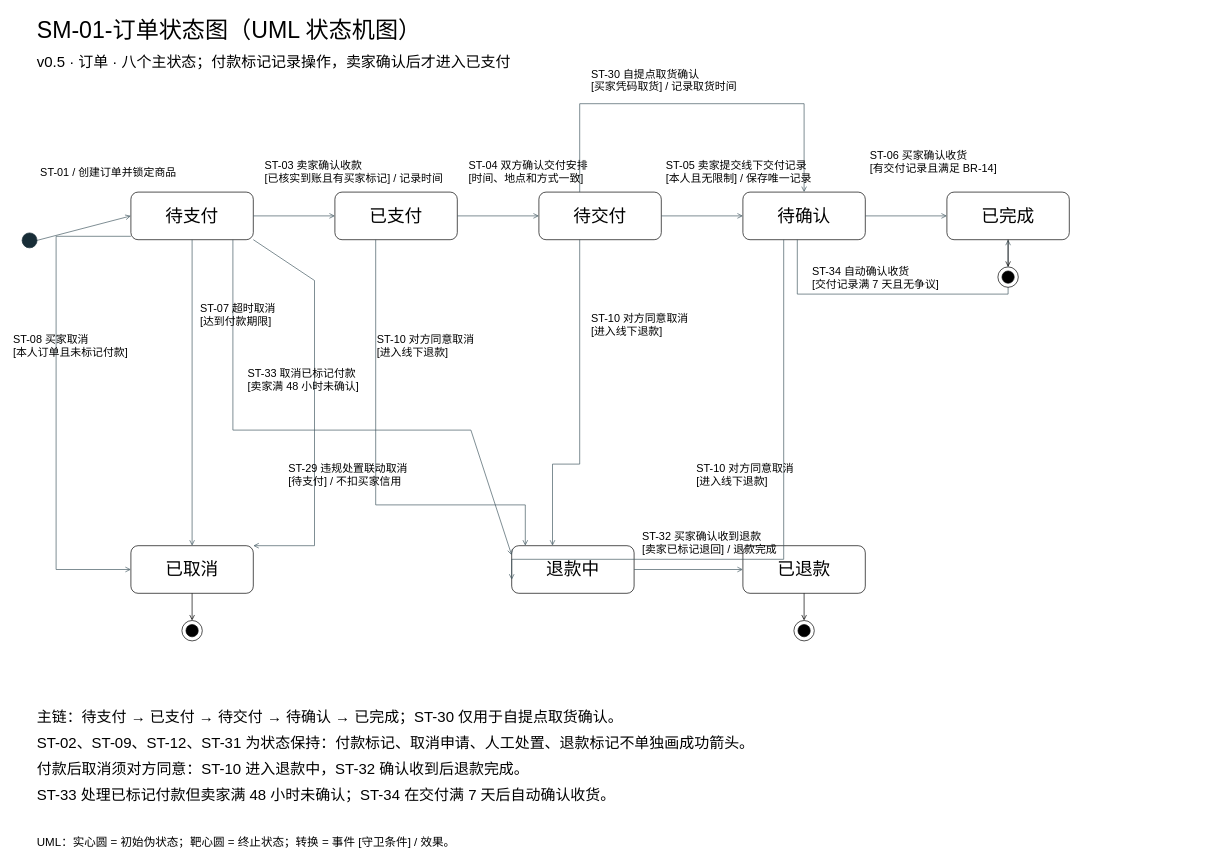
Earlier version of the draw.io diagram 规则与状态/SM-01-订单状态图.drawio (Elusive-phantasm/Software-Engineering). Source tidied: cells renumbered, new cells numbered last; positions are measured from the earlier drawing's top-left corner, leaving out a move shared by most shapes. Both pictures are drawn from the tidied source at 68%, with x=0, y=0 at pixel (12, 12).
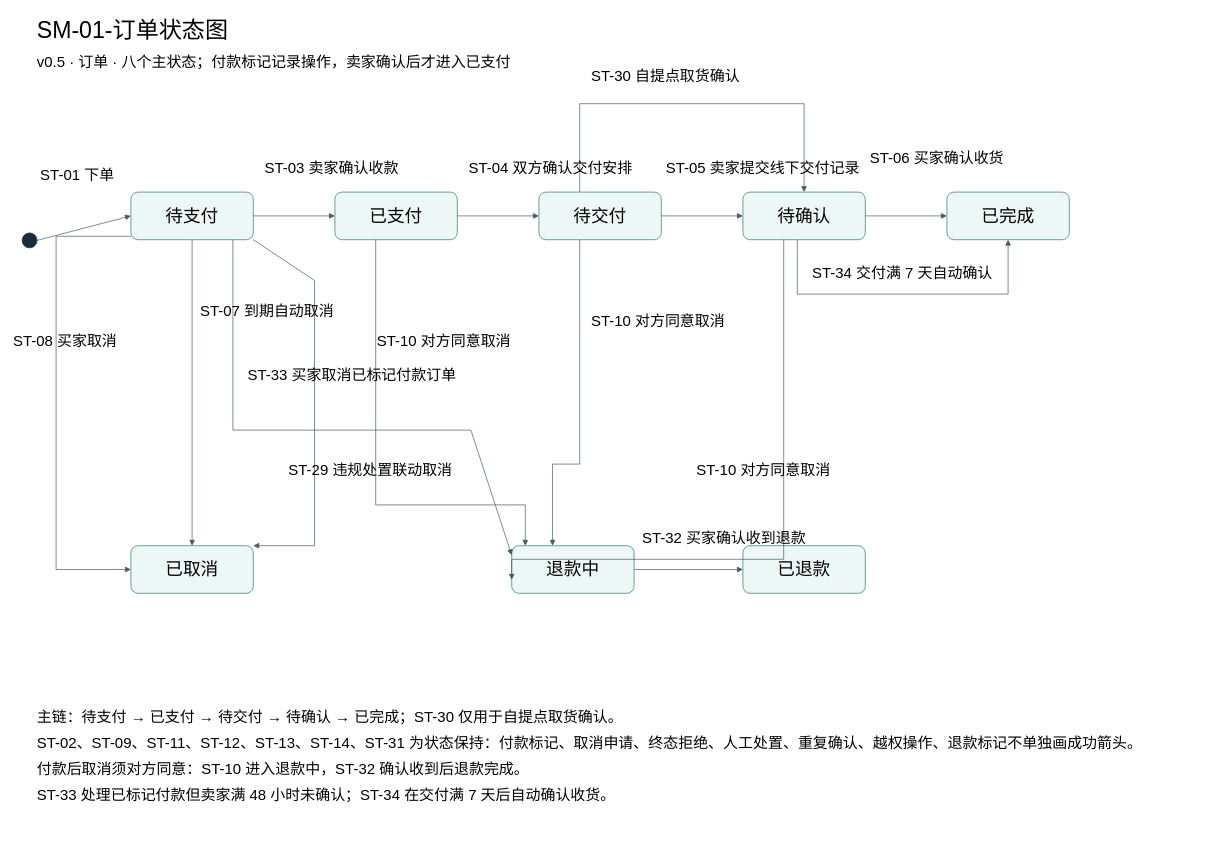
After the change.

The change refers to these unchanged cells:
```xml
<mxCell id="4" style="ellipse;fillColor=#182d37;strokeColor=#182d37;" parent="1" vertex="1">
  <mxGeometry x="15" y="325" width="22" height="22" as="geometry" />
</mxCell>
```

Change to the diagram source:
```diff
@@
-    <mxCell id="2" value="SM-01-订单状态图（UML 状态机图）" style="text;html=0;align=left;verticalAlign=top;whiteSpace=wrap;fontSize=34;fontFamily=Microsoft YaHei;" parent="1" vertex="1">
+    <mxCell id="2" value="SM-01-订单状态图" style="text;html=0;align=left;verticalAlign=top;whiteSpace=wrap;fontSize=34;fontFamily=Microsoft YaHei;" parent="1" vertex="1">
       <mxGeometry x="35" width="1680" height="50" as="geometry" />
     </mxCell>
@@
-    <mxCell id="5" value="待支付" style="rounded=1;arcSize=15;whiteSpace=wrap;html=0;fillColor=#ffffff;strokeColor=#000000;fontSize=26;fontFamily=Microsoft YaHei;" parent="1" vertex="1">
+    <mxCell id="5" value="待支付" style="rounded=1;arcSize=15;whiteSpace=wrap;html=0;fillColor=#edf7f5;strokeColor=#28776b;fontSize=26;fontFamily=Microsoft YaHei;" parent="1" vertex="1">
       <mxGeometry x="175" y="265" width="180" height="70" as="geometry" />
     </mxCell>
-    <mxCell id="6" value="已支付" style="rounded=1;arcSize=15;whiteSpace=wrap;html=0;fillColor=#ffffff;strokeColor=#000000;fontSize=26;fontFamily=Microsoft YaHei;" parent="1" vertex="1">
+    <mxCell id="6" value="已支付" style="rounded=1;arcSize=15;whiteSpace=wrap;html=0;fillColor=#edf7f5;strokeColor=#28776b;fontSize=26;fontFamily=Microsoft YaHei;" parent="1" vertex="1">
       <mxGeometry x="475" y="265" width="180" height="70" as="geometry" />
     </mxCell>
-    <mxCell id="7" value="待交付" style="rounded=1;arcSize=15;whiteSpace=wrap;html=0;fillColor=#ffffff;strokeColor=#000000;fontSize=26;fontFamily=Microsoft YaHei;" parent="1" vertex="1">
+    <mxCell id="7" value="待交付" style="rounded=1;arcSize=15;whiteSpace=wrap;html=0;fillColor=#edf7f5;strokeColor=#28776b;fontSize=26;fontFamily=Microsoft YaHei;" parent="1" vertex="1">
       <mxGeometry x="775" y="265" width="180" height="70" as="geometry" />
     </mxCell>
-    <mxCell id="8" value="待确认" style="rounded=1;arcSize=15;whiteSpace=wrap;html=0;fillColor=#ffffff;strokeColor=#000000;fontSize=26;fontFamily=Microsoft YaHei;" parent="1" vertex="1">
+    <mxCell id="8" value="待确认" style="rounded=1;arcSize=15;whiteSpace=wrap;html=0;fillColor=#edf7f5;strokeColor=#28776b;fontSize=26;fontFamily=Microsoft YaHei;" parent="1" vertex="1">
       <mxGeometry x="1075" y="265" width="180" height="70" as="geometry" />
     </mxCell>
-    <mxCell id="9" value="已完成" style="rounded=1;arcSize=15;whiteSpace=wrap;html=0;fillColor=#ffffff;strokeColor=#000000;fontSize=26;fontFamily=Microsoft YaHei;" parent="1" vertex="1">
+    <mxCell id="9" value="已完成" style="rounded=1;arcSize=15;whiteSpace=wrap;html=0;fillColor=#edf7f5;strokeColor=#28776b;fontSize=26;fontFamily=Microsoft YaHei;" parent="1" vertex="1">
       <mxGeometry x="1375" y="265" width="180" height="70" as="geometry" />
     </mxCell>
-    <mxCell id="10" value="已取消" style="rounded=1;arcSize=15;whiteSpace=wrap;html=0;fillColor=#ffffff;strokeColor=#000000;fontSize=26;fontFamily=Microsoft YaHei;" parent="1" vertex="1">
+    <mxCell id="10" value="已取消" style="rounded=1;arcSize=15;whiteSpace=wrap;html=0;fillColor=#edf7f5;strokeColor=#28776b;fontSize=26;fontFamily=Microsoft YaHei;" parent="1" vertex="1">
       <mxGeometry x="175" y="785" width="180" height="70" as="geometry" />
     </mxCell>
-    <mxCell id="11" value="退款中" style="rounded=1;arcSize=15;whiteSpace=wrap;html=0;fillColor=#ffffff;strokeColor=#000000;fontSize=26;fontFamily=Microsoft YaHei;" parent="1" vertex="1">
+    <mxCell id="11" value="退款中" style="rounded=1;arcSize=15;whiteSpace=wrap;html=0;fillColor=#edf7f5;strokeColor=#28776b;fontSize=26;fontFamily=Microsoft YaHei;" parent="1" vertex="1">
       <mxGeometry x="735" y="785" width="180" height="70" as="geometry" />
     </mxCell>
-    <mxCell id="12" value="已退款" style="rounded=1;arcSize=15;whiteSpace=wrap;html=0;fillColor=#ffffff;strokeColor=#000000;fontSize=26;fontFamily=Microsoft YaHei;" parent="1" vertex="1">
+    <mxCell id="12" value="已退款" style="rounded=1;arcSize=15;whiteSpace=wrap;html=0;fillColor=#edf7f5;strokeColor=#28776b;fontSize=26;fontFamily=Microsoft YaHei;" parent="1" vertex="1">
       <mxGeometry x="1075" y="785" width="180" height="70" as="geometry" />
     </mxCell>
-    <mxCell id="13" style="edgeStyle=none;rounded=0;endArrow=open;endFill=0;exitX=1.0;exitY=0.5;entryX=0.0;entryY=0.5;strokeColor=#435962;" parent="1" edge="1" source="4" target="5">
+    <mxCell id="13" style="edgeStyle=none;rounded=0;endArrow=block;exitX=1.0;exitY=0.5;entryX=0.0;entryY=0.5;strokeColor=#435962;" parent="1" edge="1" source="4" target="5">
       <mxGeometry relative="1" as="geometry" />
     </mxCell>
-    <mxCell id="14" style="edgeStyle=none;rounded=0;endArrow=open;endFill=0;exitX=1.0;exitY=0.5;entryX=0.0;entryY=0.5;strokeColor=#435962;" parent="1" edge="1" source="5" target="6">
+    <mxCell id="14" style="edgeStyle=none;rounded=0;endArrow=block;exitX=1.0;exitY=0.5;entryX=0.0;entryY=0.5;strokeColor=#435962;" parent="1" edge="1" source="5" target="6">
       <mxGeometry relative="1" as="geometry" />
     </mxCell>
-    <mxCell id="15" style="edgeStyle=none;rounded=0;endArrow=open;endFill=0;exitX=1.0;exitY=0.5;entryX=0.0;entryY=0.5;strokeColor=#435962;" parent="1" edge="1" source="6" target="7">
+    <mxCell id="15" style="edgeStyle=none;rounded=0;endArrow=block;exitX=1.0;exitY=0.5;entryX=0.0;entryY=0.5;strokeColor=#435962;" parent="1" edge="1" source="6" target="7">
       <mxGeometry relative="1" as="geometry" />
     </mxCell>
-    <mxCell id="16" style="edgeStyle=none;rounded=0;endArrow=open;endFill=0;exitX=1.0;exitY=0.5;entryX=0.0;entryY=0.5;strokeColor=#435962;" parent="1" edge="1" source="7" target="8">
+    <mxCell id="16" style="edgeStyle=none;rounded=0;endArrow=block;exitX=1.0;exitY=0.5;entryX=0.0;entryY=0.5;strokeColor=#435962;" parent="1" edge="1" source="7" target="8">
       <mxGeometry relative="1" as="geometry" />
     </mxCell>
-    <mxCell id="17" style="edgeStyle=none;rounded=0;endArrow=open;endFill=0;exitX=0.3333333333333333;exitY=0.0;entryX=0.5;entryY=0.0;strokeColor=#435962;" parent="1" edge="1" source="7" target="8">
+    <mxCell id="17" style="edgeStyle=none;rounded=0;endArrow=block;exitX=0.3333333333333333;exitY=0.0;entryX=0.5;entryY=0.0;strokeColor=#435962;" parent="1" edge="1" source="7" target="8">
       <mxGeometry relative="1" as="geometry">
         <Array as="points">
           <mxPoint x="835" y="135" />
           <mxPoint x="1165" y="135" />
         </Array>
       </mxGeometry>
     </mxCell>
-    <mxCell id="18" style="edgeStyle=none;rounded=0;endArrow=open;endFill=0;exitX=1.0;exitY=0.5;entryX=0.0;entryY=0.5;strokeColor=#435962;" parent="1" edge="1" source="8" target="9">
+    <mxCell id="18" style="edgeStyle=none;rounded=0;endArrow=block;exitX=1.0;exitY=0.5;entryX=0.0;entryY=0.5;strokeColor=#435962;" parent="1" edge="1" source="8" target="9">
       <mxGeometry relative="1" as="geometry" />
     </mxCell>
-    <mxCell id="19" style="edgeStyle=none;rounded=0;endArrow=open;endFill=0;exitX=0.4444444444444444;exitY=1.0;entryX=0.5;entryY=1.0;strokeColor=#435962;" parent="1" edge="1" source="8" target="9">
+    <mxCell id="19" style="edgeStyle=none;rounded=0;endArrow=block;exitX=0.4444444444444444;exitY=1.0;entryX=0.5;entryY=1.0;strokeColor=#435962;" parent="1" edge="1" source="8" target="9">
       <mxGeometry relative="1" as="geometry">
         <Array as="points">
           <mxPoint x="1155" y="415" />
           <mxPoint x="1465" y="415" />
         </Array>
       </mxGeometry>
     </mxCell>
-    <mxCell id="20" style="edgeStyle=none;rounded=0;endArrow=open;endFill=0;exitX=0.5;exitY=1.0;entryX=0.5;entryY=0.0;strokeColor=#435962;" parent="1" edge="1" source="5" target="10">
+    <mxCell id="20" style="edgeStyle=none;rounded=0;endArrow=block;exitX=0.5;exitY=1.0;entryX=0.5;entryY=0.0;strokeColor=#435962;" parent="1" edge="1" source="5" target="10">
       <mxGeometry relative="1" as="geometry" />
     </mxCell>
-    <mxCell id="21" style="edgeStyle=none;rounded=0;endArrow=open;endFill=0;exitX=0.0;exitY=0.9285714285714286;entryX=0.0;entryY=0.5;strokeColor=#435962;" parent="1" edge="1" source="5" target="10">
+    <mxCell id="21" style="edgeStyle=none;rounded=0;endArrow=block;exitX=0.0;exitY=0.9285714285714286;entryX=0.0;entryY=0.5;strokeColor=#435962;" parent="1" edge="1" source="5" target="10">
       <mxGeometry relative="1" as="geometry">
         <Array as="points">
           <mxPoint x="65" y="330" />
           <mxPoint x="65" y="820" />
         </Array>
       </mxGeometry>
     </mxCell>
-    <mxCell id="22" style="edgeStyle=none;rounded=0;endArrow=open;endFill=0;exitX=1.0;exitY=1.0;entryX=1.0;entryY=0.0;strokeColor=#435962;" parent="1" edge="1" source="5" target="10">
+    <mxCell id="22" style="edgeStyle=none;rounded=0;endArrow=block;exitX=1.0;exitY=1.0;entryX=1.0;entryY=0.0;strokeColor=#435962;" parent="1" edge="1" source="5" target="10">
       <mxGeometry relative="1" as="geometry">
         <Array as="points">
           <mxPoint x="445" y="395" />
           <mxPoint x="445" y="785" />
         </Array>
       </mxGeometry>
     </mxCell>
-    <mxCell id="23" style="edgeStyle=none;rounded=0;endArrow=open;endFill=0;exitX=0.8333333333333334;exitY=1.0;entryX=-0.3333333333333333;entryY=0.0;strokeColor=#435962;" parent="1" edge="1" source="5" target="11">
+    <mxCell id="23" style="edgeStyle=none;rounded=0;endArrow=block;exitX=0.8333333333333334;exitY=1.0;entryX=-0.3333333333333333;entryY=0.0;strokeColor=#435962;" parent="1" edge="1" source="5" target="11">
       <mxGeometry relative="1" as="geometry">
         <Array as="points">
           <mxPoint x="325" y="615" />
           <mxPoint x="675" y="615" />
         </Array>
       </mxGeometry>
     </mxCell>
-    <mxCell id="24" style="edgeStyle=none;rounded=0;endArrow=open;endFill=0;exitX=0.3333333333333333;exitY=1.0;entryX=0.1111111111111111;entryY=0.0;strokeColor=#435962;" parent="1" edge="1" source="6" target="11">
+    <mxCell id="24" style="edgeStyle=none;rounded=0;endArrow=block;exitX=0.3333333333333333;exitY=1.0;entryX=0.1111111111111111;entryY=0.0;strokeColor=#435962;" parent="1" edge="1" source="6" target="11">
       <mxGeometry relative="1" as="geometry">
         <Array as="points">
           <mxPoint x="535" y="725" />
           <mxPoint x="755" y="725" />
         </Array>
       </mxGeometry>
     </mxCell>
-    <mxCell id="25" style="edgeStyle=none;rounded=0;endArrow=open;endFill=0;exitX=0.3333333333333333;exitY=1.0;entryX=0.3333333333333333;entryY=0.0;strokeColor=#435962;" parent="1" edge="1" source="7" target="11">
+    <mxCell id="25" style="edgeStyle=none;rounded=0;endArrow=block;exitX=0.3333333333333333;exitY=1.0;entryX=0.3333333333333333;entryY=0.0;strokeColor=#435962;" parent="1" edge="1" source="7" target="11">
       <mxGeometry relative="1" as="geometry">
         <Array as="points">
           <mxPoint x="835" y="665" />
           <mxPoint x="795" y="665" />
         </Array>
       </mxGeometry>
     </mxCell>
-    <mxCell id="26" style="edgeStyle=none;rounded=0;endArrow=open;endFill=0;exitX=0.3333333333333333;exitY=1.0;entryX=0.0;entryY=0.7142857142857143;strokeColor=#435962;" parent="1" edge="1" source="8" target="11">
+    <mxCell id="26" style="edgeStyle=none;rounded=0;endArrow=block;exitX=0.3333333333333333;exitY=1.0;entryX=0.0;entryY=0.7142857142857143;strokeColor=#435962;" parent="1" edge="1" source="8" target="11">
       <mxGeometry relative="1" as="geometry">
         <Array as="points">
           <mxPoint x="1135" y="805" />
           <mxPoint x="735" y="805" />
         </Array>
       </mxGeometry>
     </mxCell>
-    <mxCell id="27" style="edgeStyle=none;rounded=0;endArrow=open;endFill=0;exitX=1.0;exitY=0.5;entryX=0.0;entryY=0.5;strokeColor=#435962;" parent="1" edge="1" source="11" target="12">
+    <mxCell id="27" style="edgeStyle=none;rounded=0;endArrow=block;exitX=1.0;exitY=0.5;entryX=0.0;entryY=0.5;strokeColor=#435962;" parent="1" edge="1" source="11" target="12">
       <mxGeometry relative="1" as="geometry" />
     </mxCell>
-    <mxCell id="28" value="ST-01 / 创建订单并锁定商品" style="text;html=0;align=left;verticalAlign=top;whiteSpace=wrap;fontSize=16;fontFamily=Microsoft YaHei;" parent="1" vertex="1">
-      <mxGeometry x="40" y="220" width="460" height="100" as="geometry" />
+    <mxCell id="28" value="ST-01 下单" style="text;html=0;align=left;verticalAlign=top;whiteSpace=wrap;fontSize=22;fontFamily=Microsoft YaHei;" parent="1" vertex="1">
+      <mxGeometry x="40" y="220" width="480" height="75" as="geometry" />
     </mxCell>
-    <mxCell id="29" value="ST-03 卖家确认收款&#10;[已核实到账且有买家标记] / 记录时间" style="text;html=0;align=left;verticalAlign=top;whiteSpace=wrap;fontSize=16;fontFamily=Microsoft YaHei;" parent="1" vertex="1">
-      <mxGeometry x="370" y="210" width="460" height="100" as="geometry" />
+    <mxCell id="29" value="ST-03 卖家确认收款" style="text;html=0;align=left;verticalAlign=top;whiteSpace=wrap;fontSize=22;fontFamily=Microsoft YaHei;" parent="1" vertex="1">
+      <mxGeometry x="370" y="210" width="480" height="75" as="geometry" />
     </mxCell>
-    <mxCell id="30" value="ST-04 双方确认交付安排&#10;[时间、地点和方式一致]" style="text;html=0;align=left;verticalAlign=top;whiteSpace=wrap;fontSize=16;fontFamily=Microsoft YaHei;" parent="1" vertex="1">
-      <mxGeometry x="670" y="210" width="460" height="100" as="geometry" />
+    <mxCell id="30" value="ST-04 双方确认交付安排" style="text;html=0;align=left;verticalAlign=top;whiteSpace=wrap;fontSize=22;fontFamily=Microsoft YaHei;" parent="1" vertex="1">
+      <mxGeometry x="670" y="210" width="480" height="75" as="geometry" />
     </mxCell>
-    <mxCell id="31" value="ST-05 卖家提交线下交付记录&#10;[本人且无限制] / 保存唯一记录" style="text;html=0;align=left;verticalAlign=top;whiteSpace=wrap;fontSize=16;fontFamily=Microsoft YaHei;" parent="1" vertex="1">
-      <mxGeometry x="960" y="210" width="460" height="100" as="geometry" />
+    <mxCell id="31" value="ST-05 卖家提交线下交付记录" style="text;html=0;align=left;verticalAlign=top;whiteSpace=wrap;fontSize=22;fontFamily=Microsoft YaHei;" parent="1" vertex="1">
+      <mxGeometry x="960" y="210" width="480" height="75" as="geometry" />
     </mxCell>
-    <mxCell id="32" value="ST-30 自提点取货确认&#10;[买家凭码取货] / 记录取货时间" style="text;html=0;align=left;verticalAlign=top;whiteSpace=wrap;fontSize=16;fontFamily=Microsoft YaHei;" parent="1" vertex="1">
-      <mxGeometry x="850" y="75" width="460" height="100" as="geometry" />
+    <mxCell id="32" value="ST-30 自提点取货确认" style="text;html=0;align=left;verticalAlign=top;whiteSpace=wrap;fontSize=22;fontFamily=Microsoft YaHei;" parent="1" vertex="1">
+      <mxGeometry x="850" y="75" width="480" height="75" as="geometry" />
     </mxCell>
-    <mxCell id="33" value="ST-06 买家确认收货&#10;[有交付记录且满足 BR-14]" style="text;html=0;align=left;verticalAlign=top;whiteSpace=wrap;fontSize=16;fontFamily=Microsoft YaHei;" parent="1" vertex="1">
-      <mxGeometry x="1260" y="195" width="460" height="100" as="geometry" />
+    <mxCell id="33" value="ST-06 买家确认收货" style="text;html=0;align=left;verticalAlign=top;whiteSpace=wrap;fontSize=22;fontFamily=Microsoft YaHei;" parent="1" vertex="1">
+      <mxGeometry x="1260" y="195" width="480" height="75" as="geometry" />
     </mxCell>
-    <mxCell id="34" value="ST-34 自动确认收货&#10;[交付记录满 7 天且无争议]" style="text;html=0;align=left;verticalAlign=top;whiteSpace=wrap;fontSize=16;fontFamily=Microsoft YaHei;" parent="1" vertex="1">
-      <mxGeometry x="1175" y="365" width="460" height="100" as="geometry" />
+    <mxCell id="34" value="ST-34 交付满 7 天自动确认" style="text;html=0;align=left;verticalAlign=top;whiteSpace=wrap;fontSize=22;fontFamily=Microsoft YaHei;" parent="1" vertex="1">
+      <mxGeometry x="1175" y="365" width="480" height="75" as="geometry" />
     </mxCell>
-    <mxCell id="35" value="ST-07 超时取消&#10;[达到付款期限]" style="text;html=0;align=left;verticalAlign=top;whiteSpace=wrap;fontSize=16;fontFamily=Microsoft YaHei;" parent="1" vertex="1">
-      <mxGeometry x="275" y="420" width="460" height="100" as="geometry" />
+    <mxCell id="35" value="ST-07 到期自动取消" style="text;html=0;align=left;verticalAlign=top;whiteSpace=wrap;fontSize=22;fontFamily=Microsoft YaHei;" parent="1" vertex="1">
+      <mxGeometry x="275" y="420" width="480" height="75" as="geometry" />
     </mxCell>
-    <mxCell id="36" value="ST-08 买家取消&#10;[本人订单且未标记付款]" style="text;html=0;align=left;verticalAlign=top;whiteSpace=wrap;fontSize=16;fontFamily=Microsoft YaHei;" parent="1" vertex="1">
-      <mxGeometry y="465" width="460" height="100" as="geometry" />
+    <mxCell id="36" value="ST-08 买家取消" style="text;html=0;align=left;verticalAlign=top;whiteSpace=wrap;fontSize=22;fontFamily=Microsoft YaHei;" parent="1" vertex="1">
+      <mxGeometry y="465" width="480" height="75" as="geometry" />
     </mxCell>
-    <mxCell id="37" value="ST-29 违规处置联动取消&#10;[待支付] / 不扣买家信用" style="text;html=0;align=left;verticalAlign=top;whiteSpace=wrap;fontSize=16;fontFamily=Microsoft YaHei;" parent="1" vertex="1">
-      <mxGeometry x="405" y="655" width="460" height="100" as="geometry" />
+    <mxCell id="37" value="ST-29 违规处置联动取消" style="text;html=0;align=left;verticalAlign=top;whiteSpace=wrap;fontSize=22;fontFamily=Microsoft YaHei;" parent="1" vertex="1">
+      <mxGeometry x="405" y="655" width="480" height="75" as="geometry" />
     </mxCell>
-    <mxCell id="38" value="ST-33 取消已标记付款&#10;[卖家满 48 小时未确认]" style="text;html=0;align=left;verticalAlign=top;whiteSpace=wrap;fontSize=16;fontFamily=Microsoft YaHei;" parent="1" vertex="1">
-      <mxGeometry x="345" y="515" width="460" height="100" as="geometry" />
+    <mxCell id="38" value="ST-33 买家取消已标记付款订单" style="text;html=0;align=left;verticalAlign=top;whiteSpace=wrap;fontSize=22;fontFamily=Microsoft YaHei;" parent="1" vertex="1">
+      <mxGeometry x="345" y="515" width="480" height="75" as="geometry" />
     </mxCell>
-    <mxCell id="39" value="ST-10 对方同意取消&#10;[进入线下退款]" style="text;html=0;align=left;verticalAlign=top;whiteSpace=wrap;fontSize=16;fontFamily=Microsoft YaHei;" parent="1" vertex="1">
-      <mxGeometry x="535" y="465" width="460" height="100" as="geometry" />
+    <mxCell id="39" value="ST-10 对方同意取消" style="text;html=0;align=left;verticalAlign=top;whiteSpace=wrap;fontSize=22;fontFamily=Microsoft YaHei;" parent="1" vertex="1">
+      <mxGeometry x="535" y="465" width="480" height="75" as="geometry" />
     </mxCell>
-    <mxCell id="40" value="ST-10 对方同意取消&#10;[进入线下退款]" style="text;html=0;align=left;verticalAlign=top;whiteSpace=wrap;fontSize=16;fontFamily=Microsoft YaHei;" parent="1" vertex="1">
-      <mxGeometry x="850" y="435" width="460" height="100" as="geometry" />
+    <mxCell id="40" value="ST-10 对方同意取消" style="text;html=0;align=left;verticalAlign=top;whiteSpace=wrap;fontSize=22;fontFamily=Microsoft YaHei;" parent="1" vertex="1">
+      <mxGeometry x="850" y="435" width="480" height="75" as="geometry" />
     </mxCell>
-    <mxCell id="41" value="ST-10 对方同意取消&#10;[进入线下退款]" style="text;html=0;align=left;verticalAlign=top;whiteSpace=wrap;fontSize=16;fontFamily=Microsoft YaHei;" parent="1" vertex="1">
-      <mxGeometry x="1005" y="655" width="460" height="100" as="geometry" />
+    <mxCell id="41" value="ST-10 对方同意取消" style="text;html=0;align=left;verticalAlign=top;whiteSpace=wrap;fontSize=22;fontFamily=Microsoft YaHei;" parent="1" vertex="1">
+      <mxGeometry x="1005" y="655" width="480" height="75" as="geometry" />
     </mxCell>
-    <mxCell id="42" value="ST-32 买家确认收到退款&#10;[卖家已标记退回] / 退款完成" style="text;html=0;align=left;verticalAlign=top;whiteSpace=wrap;fontSize=16;fontFamily=Microsoft YaHei;" parent="1" vertex="1">
-      <mxGeometry x="925" y="755" width="460" height="100" as="geometry" />
+    <mxCell id="42" value="ST-32 买家确认收到退款" style="text;html=0;align=left;verticalAlign=top;whiteSpace=wrap;fontSize=22;fontFamily=Microsoft YaHei;" parent="1" vertex="1">
+      <mxGeometry x="925" y="755" width="480" height="75" as="geometry" />
     </mxCell>
@@
-    <mxCell id="44" value="ST-02、ST-09、ST-12、ST-31 为状态保持：付款标记、取消申请、人工处置、退款标记不单独画成功箭头。" style="text;html=0;align=left;verticalAlign=top;whiteSpace=wrap;fontSize=22;fontFamily=Microsoft YaHei;" parent="1" vertex="1">
+    <mxCell id="44" value="ST-02、ST-09、ST-11、ST-12、ST-13、ST-14、ST-31 为状态保持：付款标记、取消申请、终态拒绝、人工处置、重复确认、越权操作、退款标记不单独画成功箭头。" style="text;html=0;align=left;verticalAlign=top;whiteSpace=wrap;fontSize=22;fontFamily=Microsoft YaHei;" parent="1" vertex="1">
       <mxGeometry x="35" y="1056" width="1680" height="36" as="geometry" />
     </mxCell>
@@
-    <mxCell id="47" style="ellipse;fillColor=#ffffff;strokeColor=#000000;" parent="1" vertex="1">
-      <mxGeometry x="1450" y="375" width="30" height="30" as="geometry" />
-    </mxCell>
-    <mxCell id="48" style="ellipse;fillColor=#000000;strokeColor=#000000;" parent="47" vertex="1">
-      <mxGeometry x="6" y="6" width="18" height="18" as="geometry" />
-    </mxCell>
-    <mxCell id="49" style="endArrow=open;endFill=0;strokeColor=#000000;" parent="1" edge="1" source="9" target="47">
-      <mxGeometry relative="1" as="geometry" />
-    </mxCell>
-    <mxCell id="50" style="ellipse;fillColor=#ffffff;strokeColor=#000000;" parent="1" vertex="1">
-      <mxGeometry x="250" y="895" width="30" height="30" as="geometry" />
-    </mxCell>
-    <mxCell id="51" style="ellipse;fillColor=#000000;strokeColor=#000000;" parent="50" vertex="1">
-      <mxGeometry x="6" y="6" width="18" height="18" as="geometry" />
-    </mxCell>
-    <mxCell id="52" style="endArrow=open;endFill=0;strokeColor=#000000;" parent="1" edge="1" source="10" target="50">
-      <mxGeometry relative="1" as="geometry" />
-    </mxCell>
-    <mxCell id="53" style="ellipse;fillColor=#ffffff;strokeColor=#000000;" parent="1" vertex="1">
-      <mxGeometry x="1150" y="895" width="30" height="30" as="geometry" />
-    </mxCell>
-    <mxCell id="54" style="ellipse;fillColor=#000000;strokeColor=#000000;" parent="53" vertex="1">
-      <mxGeometry x="6" y="6" width="18" height="18" as="geometry" />
-    </mxCell>
-    <mxCell id="55" style="endArrow=open;endFill=0;strokeColor=#000000;" parent="1" edge="1" source="12" target="53">
-      <mxGeometry relative="1" as="geometry" />
-    </mxCell>
-    <mxCell id="56" value="UML：实心圆 = 初始伪状态；靶心圆 = 终止状态；转换 = 事件 [守卫条件] / 效果。" style="text;html=0;align=left;verticalAlign=top;whiteSpace=wrap;fontSize=17;fontFamily=Microsoft YaHei;" parent="1" vertex="1">
-      <mxGeometry x="35" y="1205" width="1480" height="35" as="geometry" />
-    </mxCell>
```
